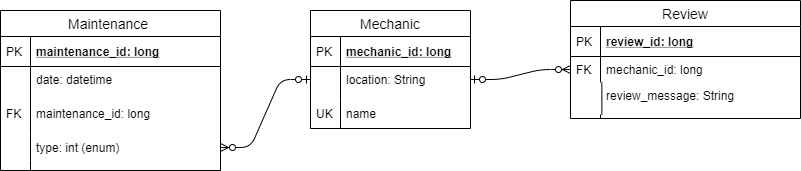
Above: docs/img/entity-relationship-db.png in apreston26/maintaince-checker (draw.io), before the change. Source tidied: cells renumbered, new cells last; positions are measured from the earlier drawing's top-left corner, leaving out a move shared by most shapes.
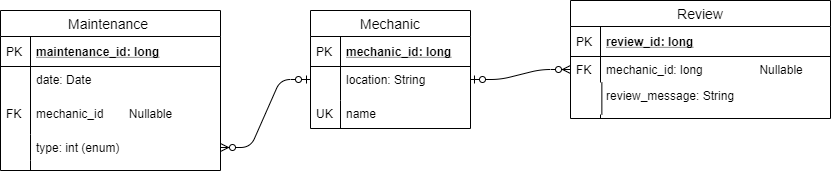
After the commit.

The edit, as a diff of the source:
```diff
@@ -22,7 +22,7 @@
     <mxCell id="6" value="PK" style="shape=partialRectangle;top=0;left=0;bottom=0;fillColor=none;align=left;verticalAlign=middle;spacingLeft=4;spacingRight=4;overflow=hidden;fontSize=12;" parent="5" vertex="1">
       <mxGeometry width="30" height="30" as="geometry" />
     </mxCell>
-    <mxCell id="7" value="date: datetime" style="shape=partialRectangle;top=0;left=0;right=0;bottom=0;align=left;verticalAlign=top;fillColor=none;spacingLeft=34;spacingRight=4;overflow=hidden;fontSize=12;" parent="4" vertex="1">
+    <mxCell id="7" value="date: Date" style="shape=partialRectangle;top=0;left=0;right=0;bottom=0;align=left;verticalAlign=top;fillColor=none;spacingLeft=34;spacingRight=4;overflow=hidden;fontSize=12;" parent="4" vertex="1">
       <mxGeometry y="56" width="220" height="68" as="geometry" />
     </mxCell>
     <mxCell id="8" style="shape=partialRectangle;top=0;left=0;bottom=0;fillColor=none;align=left;verticalAlign=top;spacingLeft=4;spacingRight=4;overflow=hidden;fontSize=12;" parent="7" vertex="1">
@@ -62,37 +62,40 @@
       <mxGeometry width="30" height="28" as="geometry" />
     </mxCell>
     <mxCell id="20" value="Review" style="swimlane;fontStyle=0;horizontal=1;startSize=26;align=center;fontSize=14;" parent="1" vertex="1">
-      <mxGeometry x="570" width="230" height="118" as="geometry" />
+      <mxGeometry x="570" width="260" height="118" as="geometry" />
     </mxCell>
     <mxCell id="21" value="review_id: long" style="shape=partialRectangle;top=0;left=0;right=0;bottom=1;align=left;verticalAlign=middle;fillColor=none;spacingLeft=34;spacingRight=4;overflow=hidden;fontStyle=5;fontSize=12;" parent="20" vertex="1">
-      <mxGeometry y="26" width="230" height="30" as="geometry" />
+      <mxGeometry y="26" width="260" height="30" as="geometry" />
     </mxCell>
     <mxCell id="22" value="PK" style="shape=partialRectangle;top=0;left=0;bottom=0;fillColor=none;align=left;verticalAlign=middle;spacingLeft=4;spacingRight=4;overflow=hidden;fontSize=12;" parent="21" vertex="1">
       <mxGeometry width="30" height="30" as="geometry" />
     </mxCell>
-    <mxCell id="23" value="mechanic_id: long" style="shape=partialRectangle;top=0;left=0;right=0;bottom=0;align=left;verticalAlign=top;fillColor=none;spacingLeft=34;spacingRight=4;overflow=hidden;fontSize=12;" parent="20" vertex="1">
-      <mxGeometry y="56" width="230" height="26" as="geometry" />
+    <mxCell id="23" value="mechanic_id: long                 Nullable" style="shape=partialRectangle;top=0;left=0;right=0;bottom=0;align=left;verticalAlign=top;fillColor=none;spacingLeft=34;spacingRight=4;overflow=hidden;fontSize=12;" parent="20" vertex="1">
+      <mxGeometry y="56" width="260" height="26" as="geometry" />
     </mxCell>
     <mxCell id="24" value="FK" style="shape=partialRectangle;top=0;left=0;bottom=0;fillColor=none;align=left;verticalAlign=top;spacingLeft=4;spacingRight=4;overflow=hidden;fontSize=12;" parent="23" vertex="1">
       <mxGeometry width="30" height="26" as="geometry" />
     </mxCell>
     <mxCell id="25" value="review_message: String" style="shape=partialRectangle;top=0;left=0;right=0;bottom=0;align=left;verticalAlign=top;fillColor=none;spacingLeft=34;spacingRight=4;overflow=hidden;fontSize=12;" parent="20" vertex="1">
-      <mxGeometry y="82" width="230" height="32" as="geometry" />
+      <mxGeometry y="82" width="260" height="32" as="geometry" />
     </mxCell>
     <mxCell id="26" style="shape=partialRectangle;top=0;left=0;bottom=0;fillColor=none;align=left;verticalAlign=top;spacingLeft=4;spacingRight=4;overflow=hidden;fontSize=12;" parent="25" vertex="1">
       <mxGeometry width="31.4" height="32" as="geometry" />
     </mxCell>
     <mxCell id="27" style="shape=partialRectangle;top=0;left=0;right=0;bottom=0;align=left;verticalAlign=top;fillColor=none;spacingLeft=34;spacingRight=4;overflow=hidden;fontSize=12;" parent="20" vertex="1">
-      <mxGeometry y="114" width="230" height="4" as="geometry" />
+      <mxGeometry y="114" width="260" height="4" as="geometry" />
     </mxCell>
     <mxCell id="28" style="shape=partialRectangle;top=0;left=0;bottom=0;fillColor=none;align=left;verticalAlign=top;spacingLeft=4;spacingRight=4;overflow=hidden;fontSize=12;" parent="27" vertex="1">
       <mxGeometry width="30" height="4" as="geometry" />
     </mxCell>
-    <mxCell id="29" value="maintenance_id: long" style="shape=partialRectangle;top=0;left=0;right=0;bottom=0;align=left;verticalAlign=top;fillColor=none;spacingLeft=34;spacingRight=4;overflow=hidden;fontSize=12;" parent="1" vertex="1">
+    <mxCell id="29" value="mechanic_id" style="shape=partialRectangle;top=0;left=0;right=0;bottom=0;align=left;verticalAlign=top;fillColor=none;spacingLeft=34;spacingRight=4;overflow=hidden;fontSize=12;" parent="1" vertex="1">
       <mxGeometry y="100" width="160" height="26" as="geometry" />
     </mxCell>
     <mxCell id="30" value="FK" style="shape=partialRectangle;top=0;left=0;bottom=0;fillColor=none;align=left;verticalAlign=top;spacingLeft=4;spacingRight=4;overflow=hidden;fontSize=12;" parent="29" vertex="1">
       <mxGeometry width="30" height="26" as="geometry" />
     </mxCell>
+    <mxCell id="31" value="Nullable" style="text;html=1;align=center;verticalAlign=middle;" parent="1" vertex="1">
+      <mxGeometry x="120" y="103" width="60" height="20" as="geometry" />
+    </mxCell>
   </root>
 </mxGraphModel>
```
